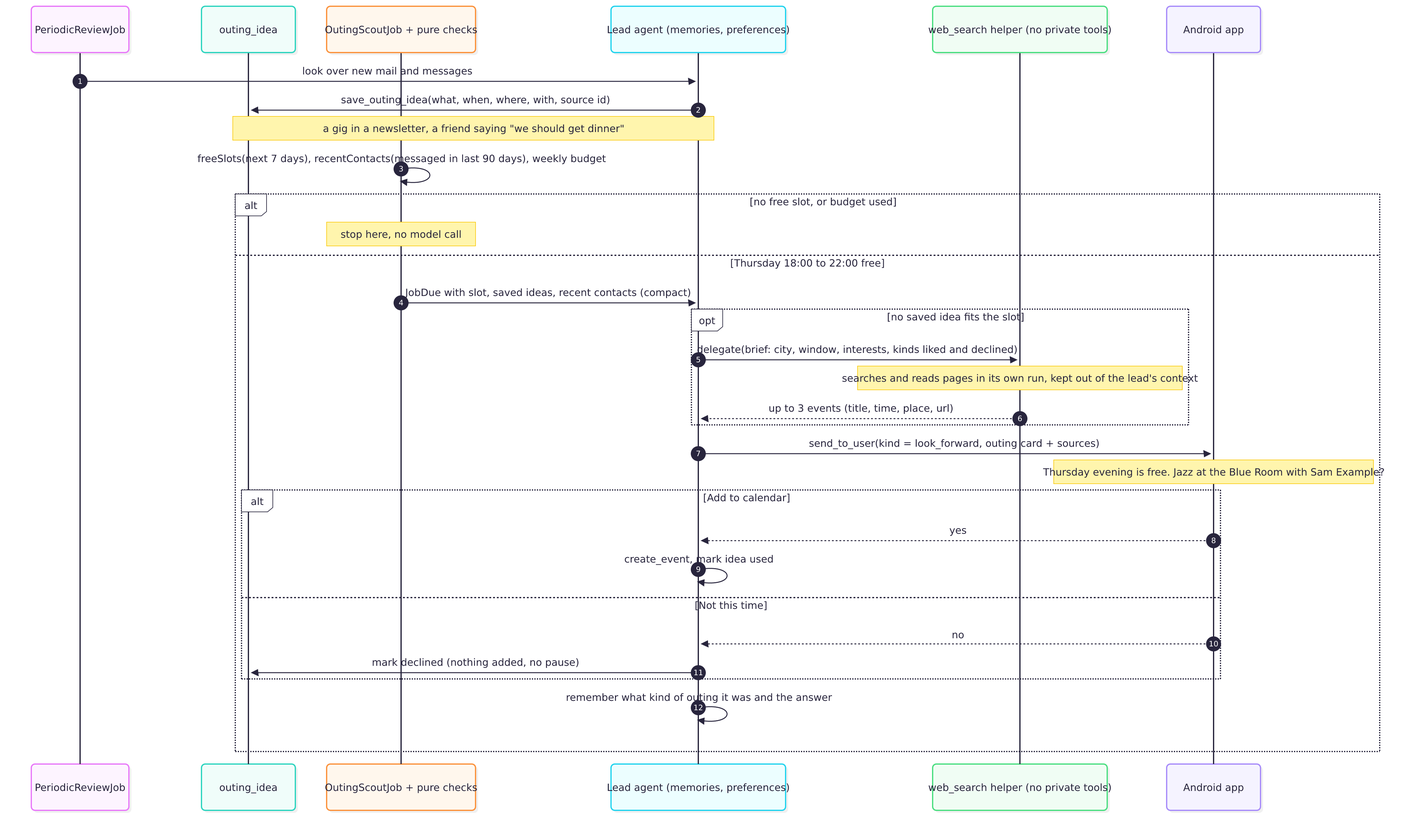
Above: diagrams/wellbeing/2-outing.png in robog-two/clarity (Mermaid), before the change. Its source is kept beside it as diagrams/wellbeing/2-outing.mmd.
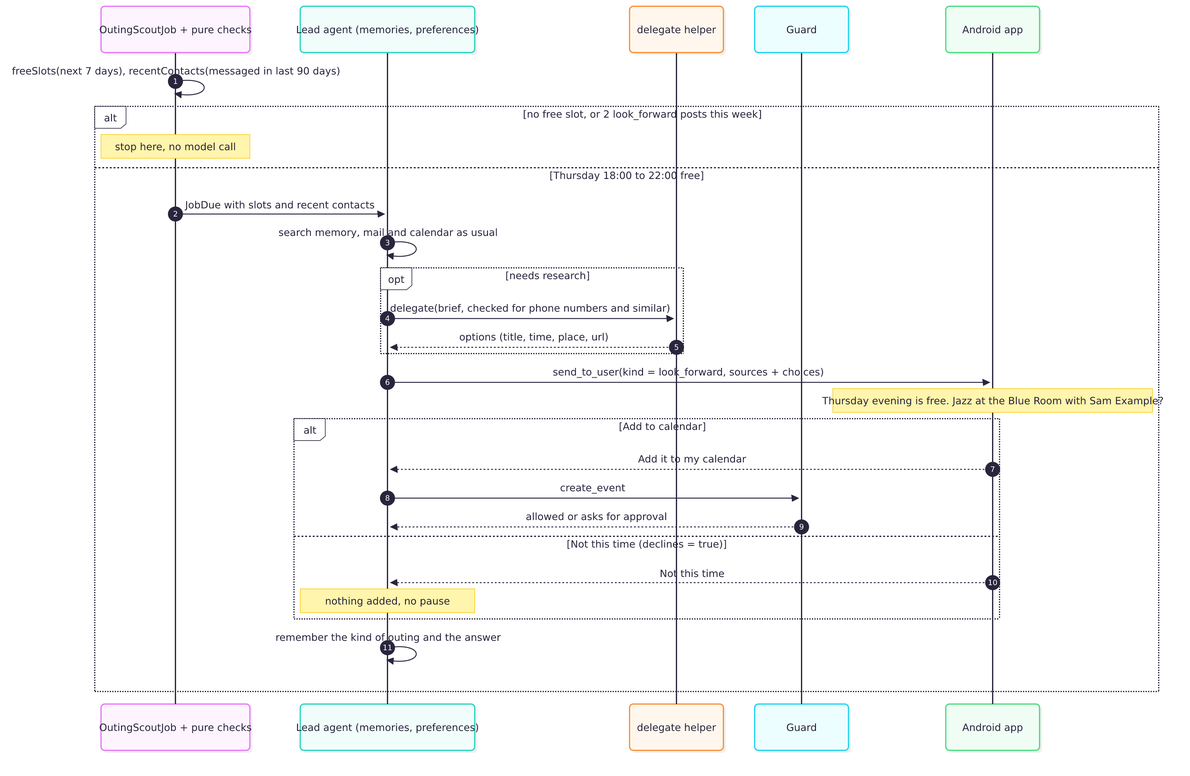
Above is the later version.

Commit message:
Diagrams: outings research the normal way, no idea table or gate

The edit, as a diff of the source:
```diff
@@ -1,34 +1,30 @@
 sequenceDiagram
   autonumber
-  participant Review as PeriodicReviewJob
-  participant Ideas as outing_idea
   participant Scout as OutingScoutJob + pure checks
   participant Lead as Lead agent (memories, preferences)
-  participant Helper as web_search helper (no private tools)
+  participant Helper as delegate helper
+  participant Guard as Guard
   participant App as Android app
 
-  Review->>Lead: look over new mail and messages
-  Lead->>Ideas: save_outing_idea(what, when, where, with, source id)
-  Note over Lead,Ideas: a gig in a newsletter, a friend saying "we should get dinner"
-
-  Scout->>Scout: freeSlots(next 7 days), recentContacts(messaged in last 90 days), weekly budget
-  alt no free slot, or budget used
+  Scout->>Scout: freeSlots(next 7 days), recentContacts(messaged in last 90 days)
+  alt no free slot, or 2 look_forward posts this week
     Note over Scout: stop here, no model call
   else Thursday 18:00 to 22:00 free
-    Scout->>Lead: JobDue with slot, saved ideas, recent contacts (compact)
-    opt no saved idea fits the slot
-      Lead->>Helper: delegate(brief: city, window, interests, kinds liked and declined)
-      Note over Helper: searches and reads pages in its own run, kept out of the lead's context
-      Helper-->>Lead: up to 3 events (title, time, place, url)
+    Scout->>Lead: JobDue with slots and recent contacts
+    Lead->>Lead: search memory, mail and calendar as usual
+    opt needs research
+      Lead->>Helper: delegate(brief, checked for phone numbers and similar)
+      Helper-->>Lead: options (title, time, place, url)
     end
-    Lead->>App: send_to_user(kind = look_forward, outing card + sources)
+    Lead->>App: send_to_user(kind = look_forward, sources + choices)
     Note over App: "Thursday evening is free. Jazz at the Blue Room with Sam Example?"
     alt Add to calendar
-      App-->>Lead: yes
-      Lead->>Lead: create_event, mark idea used
-    else Not this time
-      App-->>Lead: no
-      Lead->>Ideas: mark declined (nothing added, no pause)
+      App-->>Lead: "Add it to my calendar"
+      Lead->>Guard: create_event
+      Guard-->>Lead: allowed or asks for approval
+    else Not this time (declines = true)
+      App-->>Lead: "Not this time"
+      Note over Lead: nothing added, no pause
     end
-    Lead->>Lead: remember what kind of outing it was and the answer
+    Lead->>Lead: remember the kind of outing and the answer
   end
```
